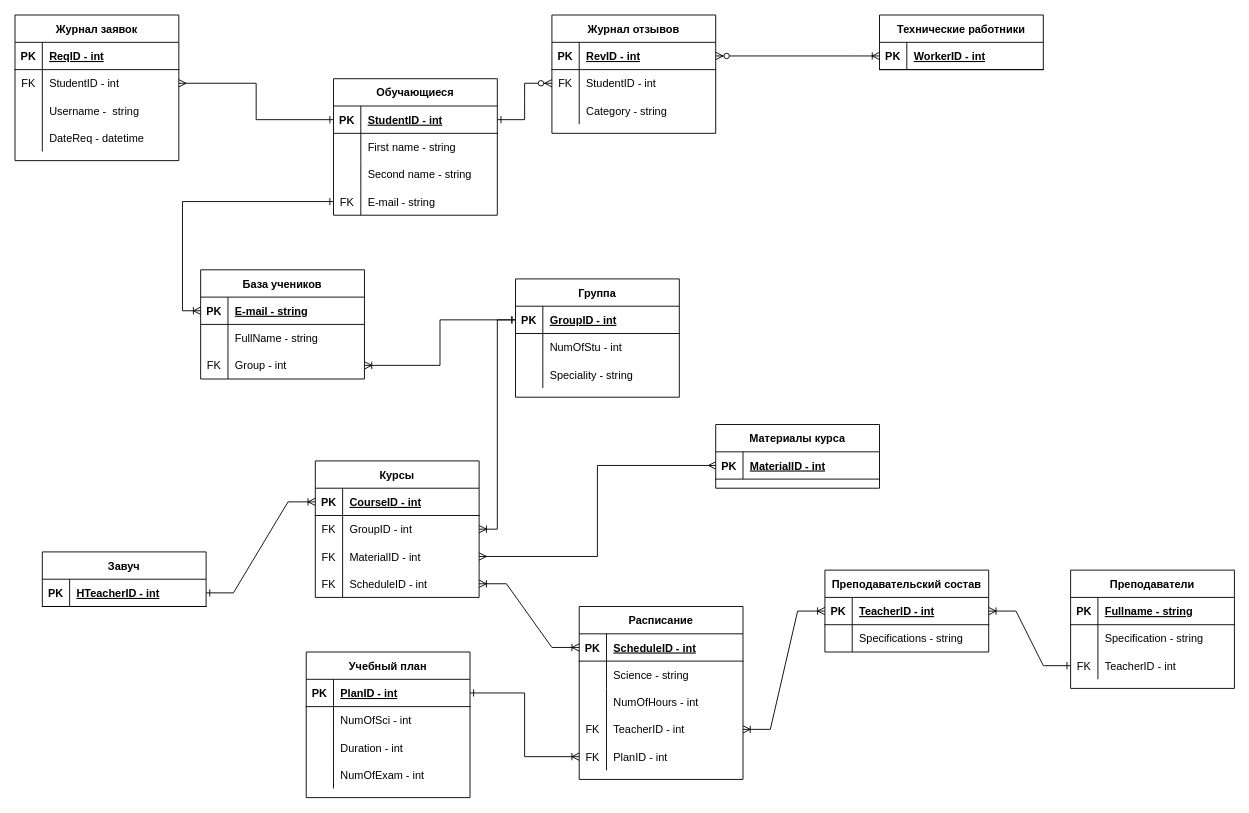
Earlier version of the draw.io diagram ER.drawio (JKtheeone/Online-School). Source tidied: cells renumbered, new cells numbered last; positions are measured from the earlier drawing's top-left corner, leaving out a move shared by most shapes. Both pictures are drawn from the tidied source at 91%, with x=0, y=0 at pixel (15, 15).
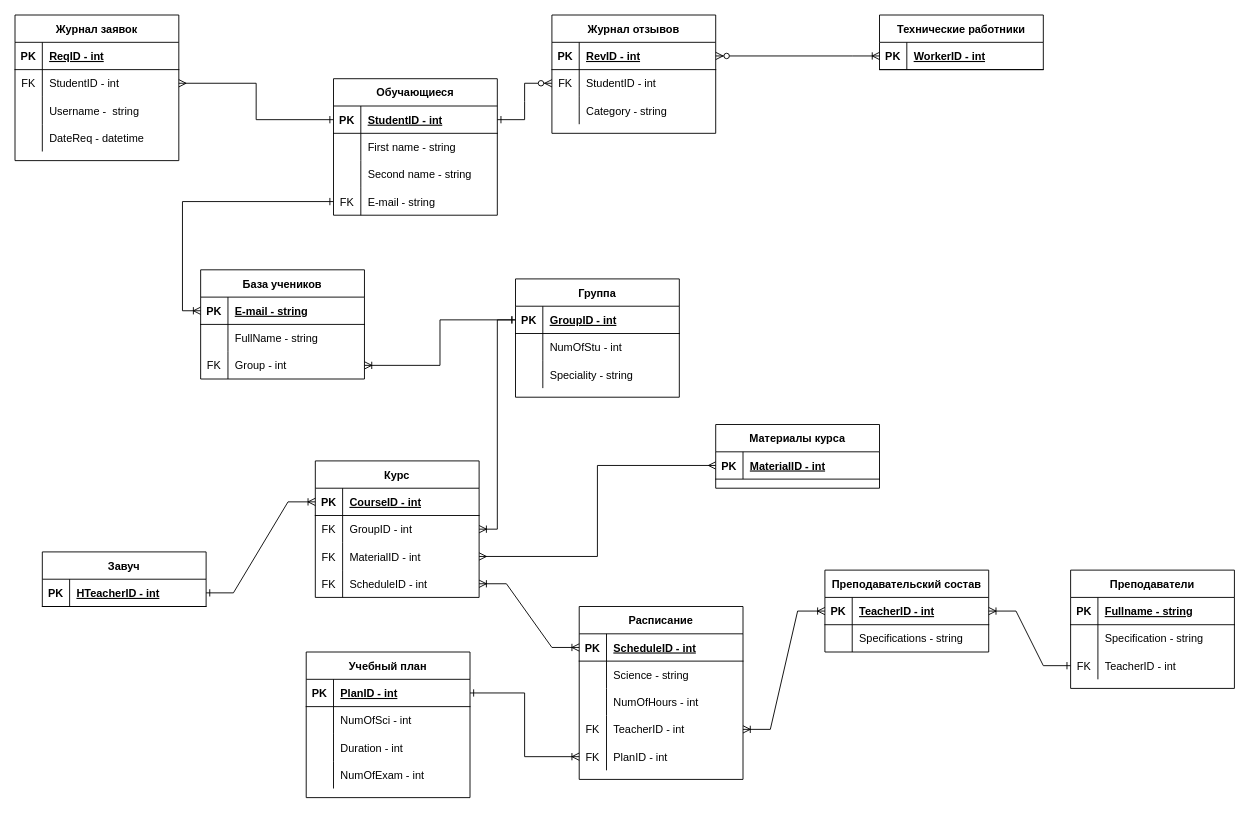
After the change.

Diff of the diagram source:
```diff
@@
-    <mxCell id="75" value="Курсы" style="shape=table;startSize=30;childLayout=tableLayout;rowLines=0;fontStyle=1;align=center;fillColor=default;strokeColor=default;fontColor=default;" parent="1" vertex="1">
+    <mxCell id="75" value="Курс" style="shape=table;startSize=30;childLayout=tableLayout;rowLines=0;fontStyle=1;align=center;fillColor=default;strokeColor=default;fontColor=default;" parent="1" vertex="1">
       <mxGeometry x="330" y="490" width="180" height="150" as="geometry" />
     </mxCell>
```
